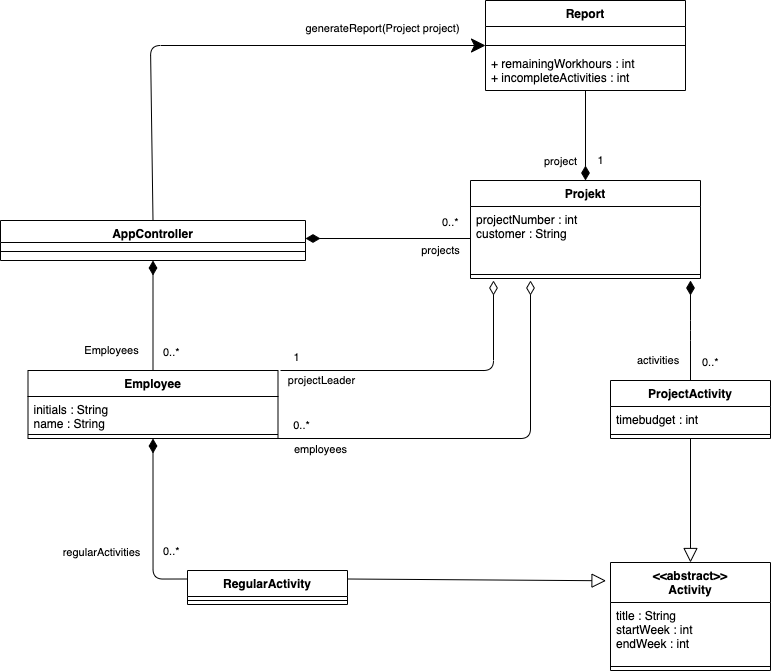
The draw.io diagram RequirementsAndDesign/Diagrams/Klassediagram_eng.png in rwiuff/02161ExamProject, before a commit. Source tidied: cells renumbered, new cells last; positions are measured from the earlier drawing's top-left corner, leaving out a move shared by most shapes.
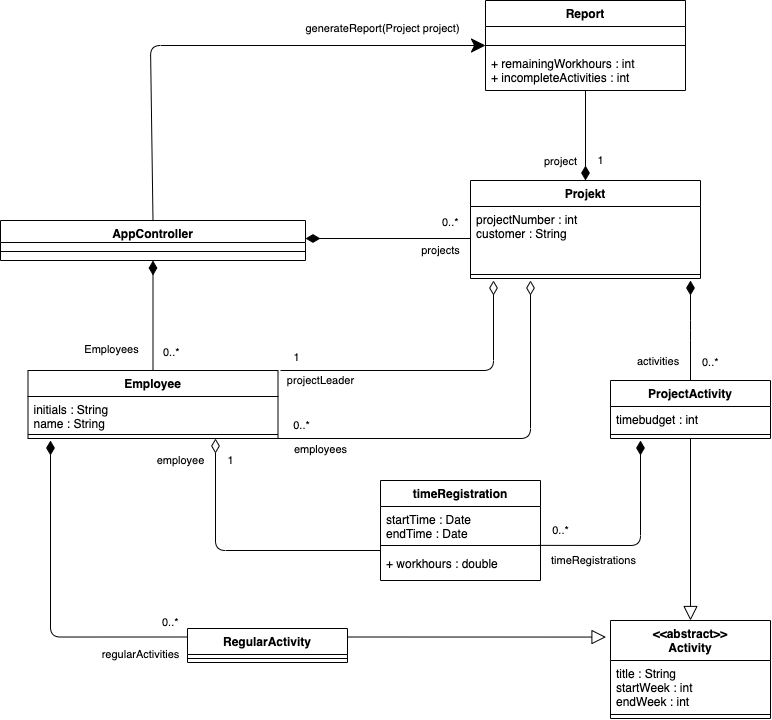
The same diagram one commit later.

Change to the diagram source:
```diff
@@ -30,16 +30,16 @@
       <mxGeometry y="90" width="230" height="8" as="geometry" />
     </mxCell>
     <mxCell id="11" value="&lt;&lt;abstract&gt;&gt;&#10;Activity" style="swimlane;fontStyle=1;align=center;verticalAlign=top;horizontal=1;startSize=40;" parent="1" vertex="1">
-      <mxGeometry x="610" y="562" width="160" height="108" as="geometry" />
+      <mxGeometry x="610" y="620" width="160" height="98" as="geometry" />
     </mxCell>
     <mxCell id="12" value="title : String&#10;startWeek : int&#10;endWeek : int" style="text;strokeColor=none;fillColor=none;align=left;verticalAlign=top;spacingLeft=4;spacingRight=4;overflow=hidden;" parent="11" vertex="1">
-      <mxGeometry y="40" width="160" height="60" as="geometry" />
+      <mxGeometry y="40" width="160" height="50" as="geometry" />
     </mxCell>
     <mxCell id="13" style="line;strokeWidth=1;fillColor=none;align=left;verticalAlign=middle;spacingTop=-1;spacingLeft=3;spacingRight=3;labelPosition=right;strokeColor=inherit;" parent="11" vertex="1">
-      <mxGeometry y="100" width="160" height="8" as="geometry" />
+      <mxGeometry y="90" width="160" height="8" as="geometry" />
     </mxCell>
     <mxCell id="14" value="RegularActivity" style="swimlane;fontStyle=1;align=center;verticalAlign=top;horizontal=1;startSize=26;" parent="1" vertex="1">
-      <mxGeometry x="187" y="570" width="160" height="34" as="geometry" />
+      <mxGeometry x="187" y="628" width="160" height="34" as="geometry" />
     </mxCell>
     <mxCell id="15" style="line;strokeWidth=1;fillColor=none;align=left;verticalAlign=middle;spacingTop=-1;spacingLeft=3;spacingRight=3;labelPosition=right;strokeColor=inherit;" parent="14" vertex="1">
       <mxGeometry y="26" width="160" height="8" as="geometry" />
@@ -77,12 +77,17 @@
     <mxCell id="24" style="line;strokeWidth=1;fillColor=none;align=left;verticalAlign=middle;spacingTop=-1;spacingLeft=3;spacingRight=3;labelPosition=right;strokeColor=inherit;" parent="22" vertex="1">
       <mxGeometry y="60" width="250" height="8" as="geometry" />
     </mxCell>
-    <mxCell id="25" value="0..*" style="endArrow=none;html=1;endSize=12;startArrow=diamondThin;startSize=12;startFill=1;edgeStyle=orthogonalEdgeStyle;align=left;verticalAlign=bottom;exitX=0.5;exitY=1;exitDx=0;exitDy=0;entryX=0;entryY=0.25;entryDx=0;entryDy=0;endFill=0;" parent="1" edge="1" source="22" target="14">
-      <mxGeometry x="0.39" y="8" relative="1" as="geometry" />
+    <mxCell id="25" value="0..*" style="endArrow=none;html=1;endSize=12;startArrow=diamondThin;startSize=12;startFill=1;edgeStyle=orthogonalEdgeStyle;align=left;verticalAlign=bottom;entryX=0;entryY=0.25;entryDx=0;entryDy=0;endFill=0;" parent="1" edge="1" target="14">
+      <mxGeometry x="0.84" y="6" relative="1" as="geometry">
+        <mxPoint x="50" y="440" as="sourcePoint" />
+        <Array as="points">
+          <mxPoint x="50" y="636" />
+        </Array>
+      </mxGeometry>
     </mxCell>
     <mxCell id="26" value="regularActivities" style="edgeLabel;html=1;align=center;verticalAlign=middle;" parent="25" vertex="1">
       <mxGeometry x="-0.34" y="1" relative="1" as="geometry">
-        <mxPoint x="-53" y="56" as="offset" />
+        <mxPoint x="89" y="104" as="offset" />
       </mxGeometry>
     </mxCell>
     <mxCell id="27" style="endArrow=none;endFill=0;html=1;edgeStyle=orthogonalEdgeStyle;align=left;verticalAlign=top;entryX=0.5;entryY=0;entryDx=0;entryDy=0;exitX=0.5;exitY=1;exitDx=0;exitDy=0;startArrow=diamondThin;startFill=1;startSize=12;endSize=12;" parent="1" edge="1" source="2" target="22">
@@ -179,5 +184,48 @@
         <mxPoint x="17" y="16" as="offset" />
       </mxGeometry>
     </mxCell>
+    <mxCell id="45" value="timeRegistration" style="swimlane;fontStyle=1;align=center;verticalAlign=top;horizontal=1;startSize=26;" parent="1" vertex="1">
+      <mxGeometry x="380" y="480" width="160" height="100" as="geometry" />
+    </mxCell>
+    <mxCell id="46" value="startTime : Date&#10;endTime : Date" style="text;strokeColor=none;fillColor=none;align=left;verticalAlign=top;spacingLeft=4;spacingRight=4;overflow=hidden;" parent="45" vertex="1">
+      <mxGeometry y="26" width="160" height="34" as="geometry" />
+    </mxCell>
+    <mxCell id="47" style="line;strokeWidth=1;fillColor=none;align=left;verticalAlign=middle;spacingTop=-1;spacingLeft=3;spacingRight=3;labelPosition=right;points=[];portConstraint=eastwest;strokeColor=inherit;" parent="45" vertex="1">
+      <mxGeometry y="60" width="160" height="10" as="geometry" />
+    </mxCell>
+    <mxCell id="48" value="+ workhours : double" style="text;strokeColor=none;fillColor=none;align=left;verticalAlign=top;spacingLeft=4;spacingRight=4;overflow=hidden;" parent="45" vertex="1">
+      <mxGeometry y="70" width="160" height="30" as="geometry" />
+    </mxCell>
+    <mxCell id="49" style="endArrow=diamondThin;html=1;startSize=12;endSize=12;exitX=0.987;exitY=0.487;exitDx=0;exitDy=0;exitPerimeter=0;startArrow=none;startFill=0;endFill=1;" parent="1" edge="1" source="47">
+      <mxGeometry relative="1" as="geometry">
+        <mxPoint x="640" y="440" as="targetPoint" />
+        <Array as="points">
+          <mxPoint x="640" y="545" />
+        </Array>
+      </mxGeometry>
+    </mxCell>
+    <mxCell id="50" value="timeRegistrations" style="edgeLabel;html=1;align=center;verticalAlign=middle;" parent="49" vertex="1">
+      <mxGeometry x="-0.48" relative="1" as="geometry">
+        <mxPoint y="15" as="offset" />
+      </mxGeometry>
+    </mxCell>
+    <mxCell id="51" value="0..*" style="edgeLabel;html=1;align=center;verticalAlign=middle;" parent="49" vertex="1">
+      <mxGeometry x="-0.57" y="3" relative="1" as="geometry">
+        <mxPoint x="-23" y="-12" as="offset" />
+      </mxGeometry>
+    </mxCell>
+    <mxCell id="52" value="1" style="endArrow=none;html=1;startSize=12;endSize=12;exitX=0.75;exitY=1;exitDx=0;exitDy=0;endFill=0;startArrow=diamondThin;startFill=0;" parent="1" edge="1" source="22">
+      <mxGeometry x="-0.84" y="15" relative="1" as="geometry">
+        <mxPoint x="380" y="550" as="targetPoint" />
+        <Array as="points">
+          <mxPoint x="215" y="550" />
+        </Array>
+      </mxGeometry>
+    </mxCell>
+    <mxCell id="53" value="employee" style="edgeLabel;html=1;align=center;verticalAlign=middle;" parent="52" vertex="1">
+      <mxGeometry x="0.81" y="1" relative="1" as="geometry">
+        <mxPoint x="-174" y="-89" as="offset" />
+      </mxGeometry>
+    </mxCell>
   </root>
 </mxGraphModel>
```
